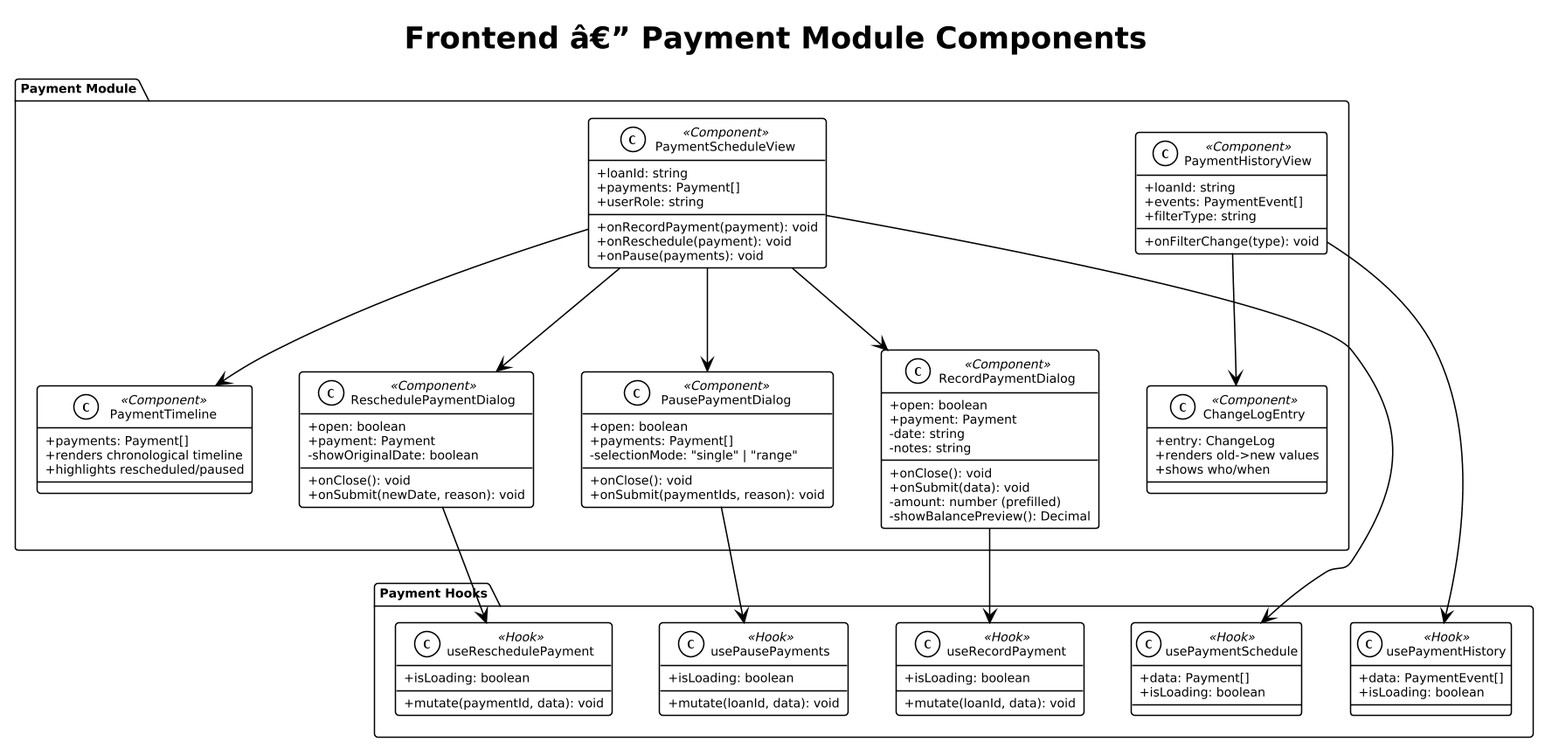
This is docs/detailed-designs/diagrams/rendered/fe_class_payment.png from QuinntyneBrown/LendQ, a PlantUML export, as it was before one commit.
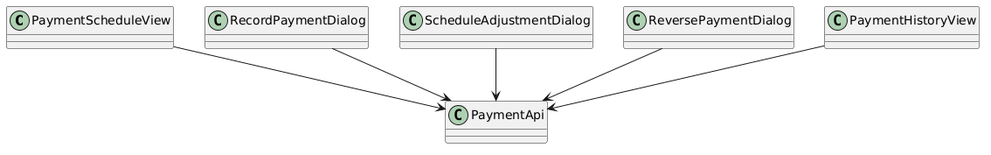
The same diagram one commit later.

Diff of the diagram source:
```diff
@@ -1,103 +1,15 @@
 @startuml
-!theme plain
-skinparam dpi 150
-skinparam defaultFontSize 9
 skinparam classAttributeIconSize 0
+class PaymentScheduleView
+class RecordPaymentDialog
+class ScheduleAdjustmentDialog
+class ReversePaymentDialog
+class PaymentHistoryView
+class PaymentApi
 
-title Frontend â€” Payment Module Components
-
-package "Payment Module" {
-  class PaymentScheduleView <<Component>> {
-    +loanId: string
-    +payments: Payment[]
-    +userRole: string
-    +onRecordPayment(payment): void
-    +onReschedule(payment): void
-    +onPause(payments): void
-  }
-
-  class PaymentTimeline <<Component>> {
-    +payments: Payment[]
-    +renders chronological timeline
-    +highlights rescheduled/paused
-  }
-
-  class RecordPaymentDialog <<Component>> {
-    +open: boolean
-    +payment: Payment
-    +onClose(): void
-    +onSubmit(data): void
-    -amount: number (prefilled)
-    -date: string
-    -notes: string
-    -showBalancePreview(): Decimal
-  }
-
-  class ReschedulePaymentDialog <<Component>> {
-    +open: boolean
-    +payment: Payment
-    +onClose(): void
-    +onSubmit(newDate, reason): void
-    -showOriginalDate: boolean
-  }
-
-  class PausePaymentDialog <<Component>> {
-    +open: boolean
-    +payments: Payment[]
-    +onClose(): void
-    +onSubmit(paymentIds, reason): void
-    -selectionMode: "single" | "range"
-  }
-
-  class PaymentHistoryView <<Component>> {
-    +loanId: string
-    +events: PaymentEvent[]
-    +filterType: string
-    +onFilterChange(type): void
-  }
-
-  class ChangeLogEntry <<Component>> {
-    +entry: ChangeLog
-    +renders old->new values
-    +shows who/when
-  }
-}
-
-package "Payment Hooks" {
-  class usePaymentSchedule <<Hook>> {
-    +data: Payment[]
-    +isLoading: boolean
-  }
-
-  class useRecordPayment <<Hook>> {
-    +mutate(loanId, data): void
-    +isLoading: boolean
-  }
-
-  class useReschedulePayment <<Hook>> {
-    +mutate(paymentId, data): void
-    +isLoading: boolean
-  }
-
-  class usePausePayments <<Hook>> {
-    +mutate(loanId, data): void
-    +isLoading: boolean
-  }
-
-  class usePaymentHistory <<Hook>> {
-    +data: PaymentEvent[]
-    +isLoading: boolean
-  }
-}
-
-PaymentScheduleView --> PaymentTimeline
-PaymentScheduleView --> RecordPaymentDialog
-PaymentScheduleView --> ReschedulePaymentDialog
-PaymentScheduleView --> PausePaymentDialog
-PaymentScheduleView --> usePaymentSchedule
-PaymentHistoryView --> ChangeLogEntry
-PaymentHistoryView --> usePaymentHistory
-RecordPaymentDialog --> useRecordPayment
-ReschedulePaymentDialog --> useReschedulePayment
-PausePaymentDialog --> usePausePayments
+PaymentScheduleView --> PaymentApi
+RecordPaymentDialog --> PaymentApi
+ScheduleAdjustmentDialog --> PaymentApi
+ReversePaymentDialog --> PaymentApi
+PaymentHistoryView --> PaymentApi
 @enduml
```
